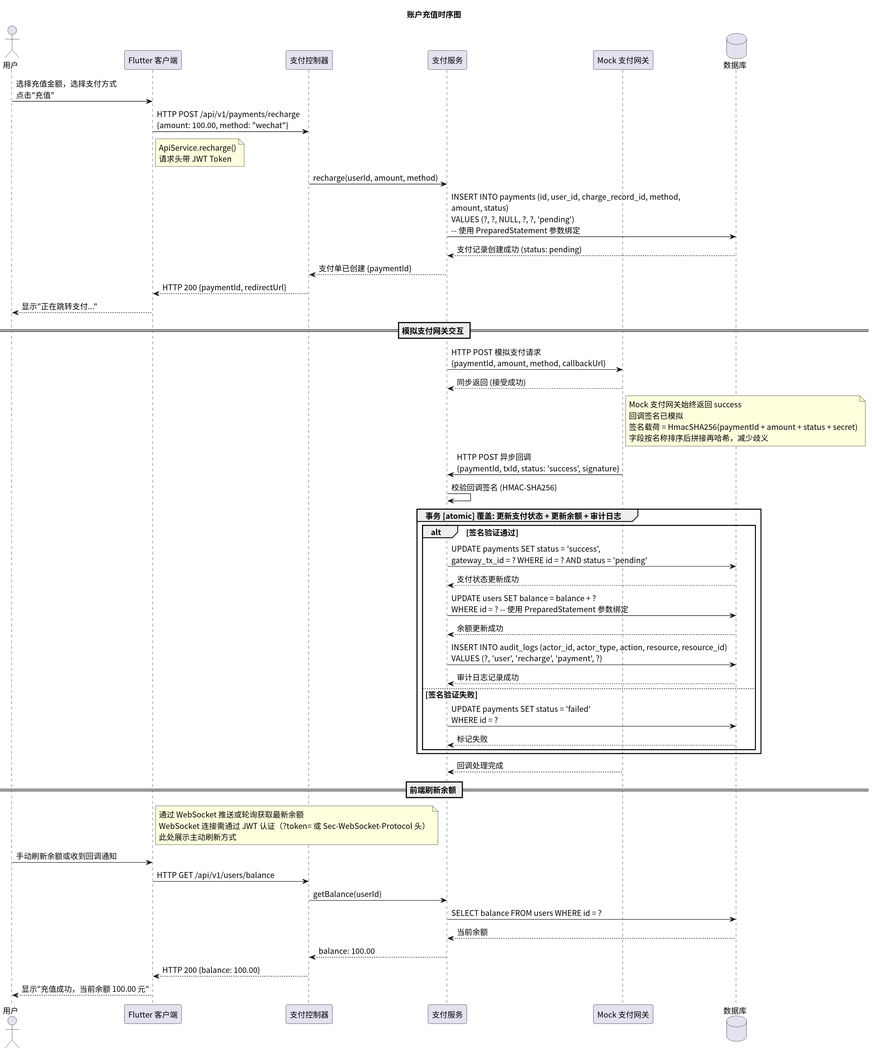
greenhandzdl/charging-station-doc keeps this PlantUML diagram as time/img/sequence_recharge.svg. Above is the earlier version.
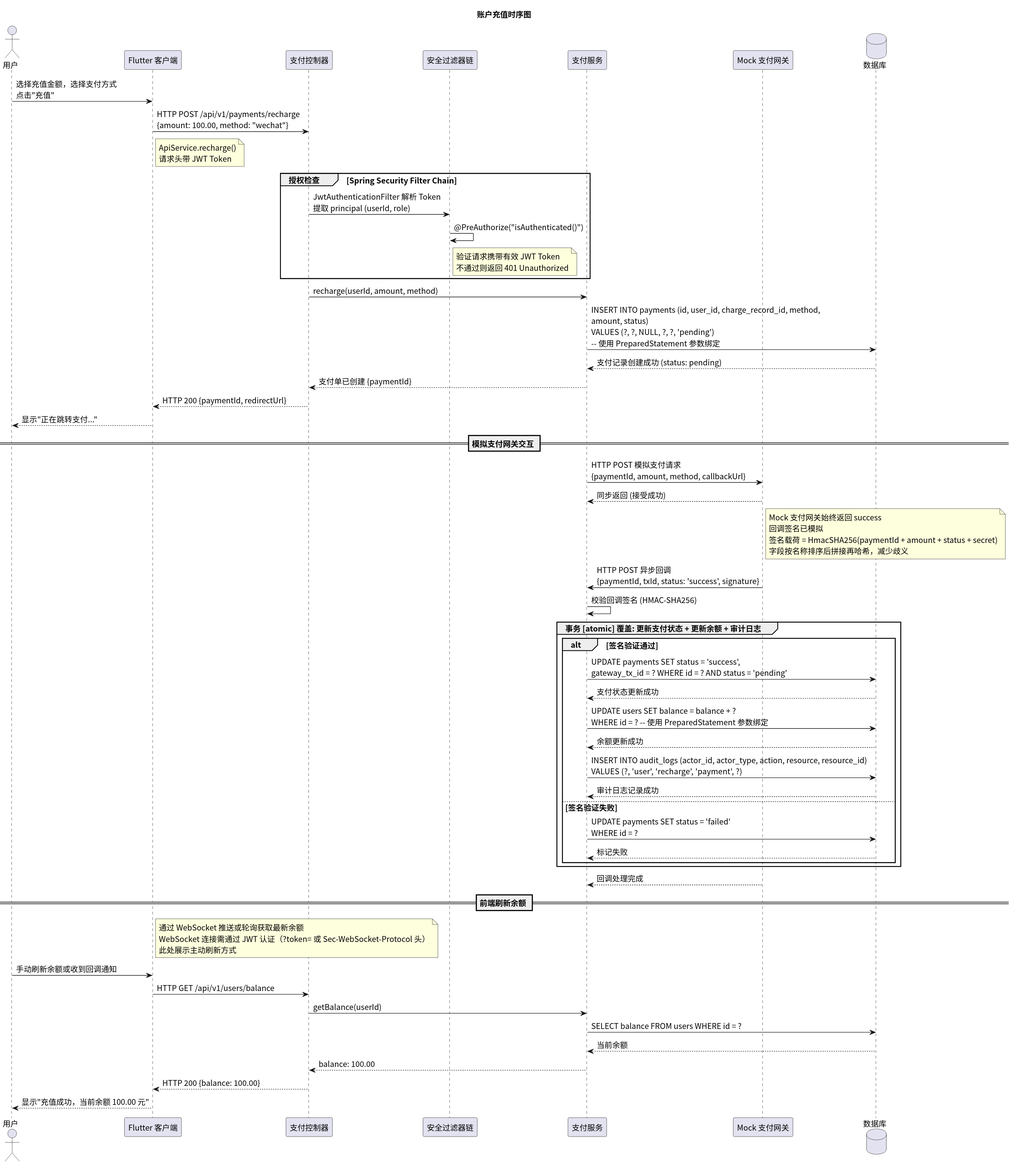
The same file after the commit.

Change to the diagram source:
```diff
@@ -6,6 +6,7 @@
 actor 用户 as U
 participant "Flutter 客户端" as FE
 participant "支付控制器" as Ctrl
+participant "安全过滤器链" as Security
 participant "支付服务" as PS
 participant "Mock 支付网关" as Gateway
 database 数据库 as DB
@@ -13,6 +14,13 @@
 U -> FE: 选择充值金额，选择支付方式\n点击"充值"
 FE -> Ctrl: HTTP POST /api/v1/payments/recharge\n{amount: 100.00, method: "wechat"}
 note right FE : ApiService.recharge()\n请求头带 JWT Token
+
+group 授权检查 [Spring Security Filter Chain]
+  Ctrl -> Security: JwtAuthenticationFilter 解析 Token\n提取 principal (userId, role)
+
+  Security -> Security: @PreAuthorize("isAuthenticated()")
+  note right Security : 验证请求携带有效 JWT Token\n不通过则返回 401 Unauthorized
+end
 
 Ctrl -> PS: recharge(userId, amount, method)
 
```
